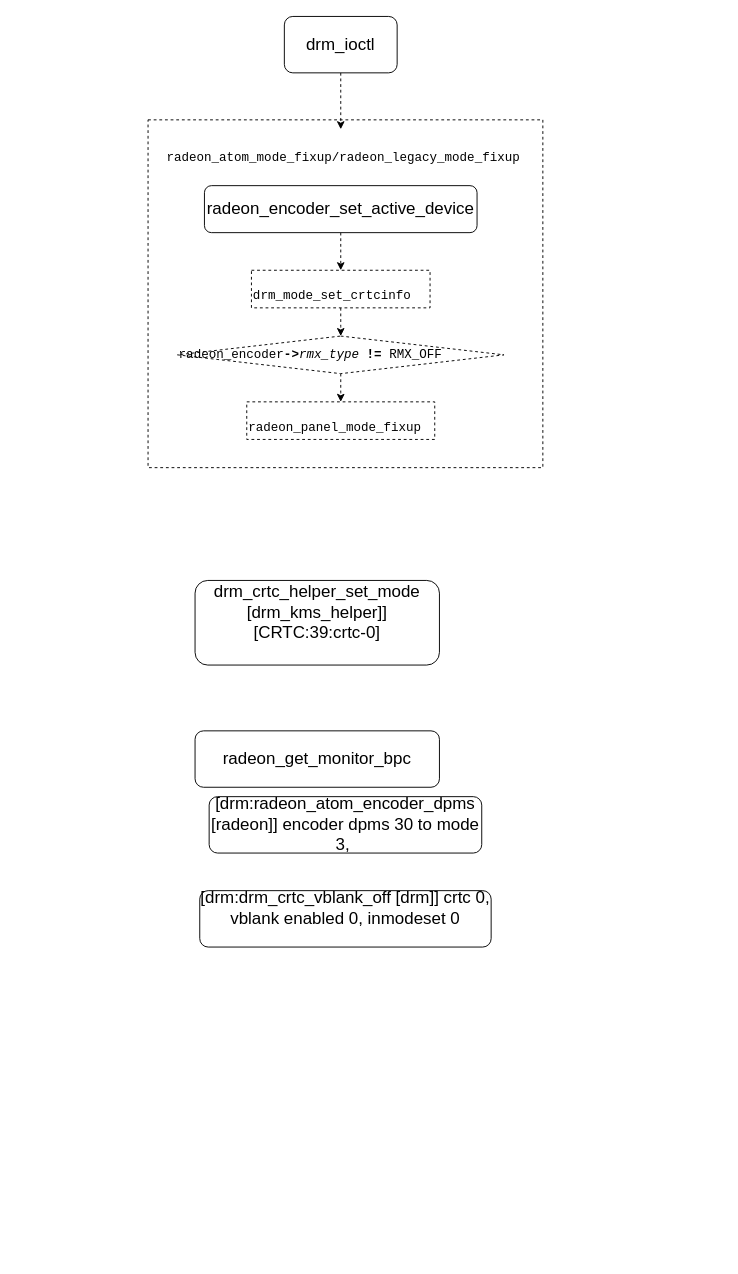
Before: dir/Untitled Diagram.drawio in hongaoo/draw-io-files, a draw.io diagram. Source tidied: cells renumbered, new cells numbered last; positions are measured from the earlier drawing's top-left corner, leaving out a move shared by most shapes. Both pictures are drawn from the tidied source at 94%, with x=0, y=0 at pixel (148, 16).
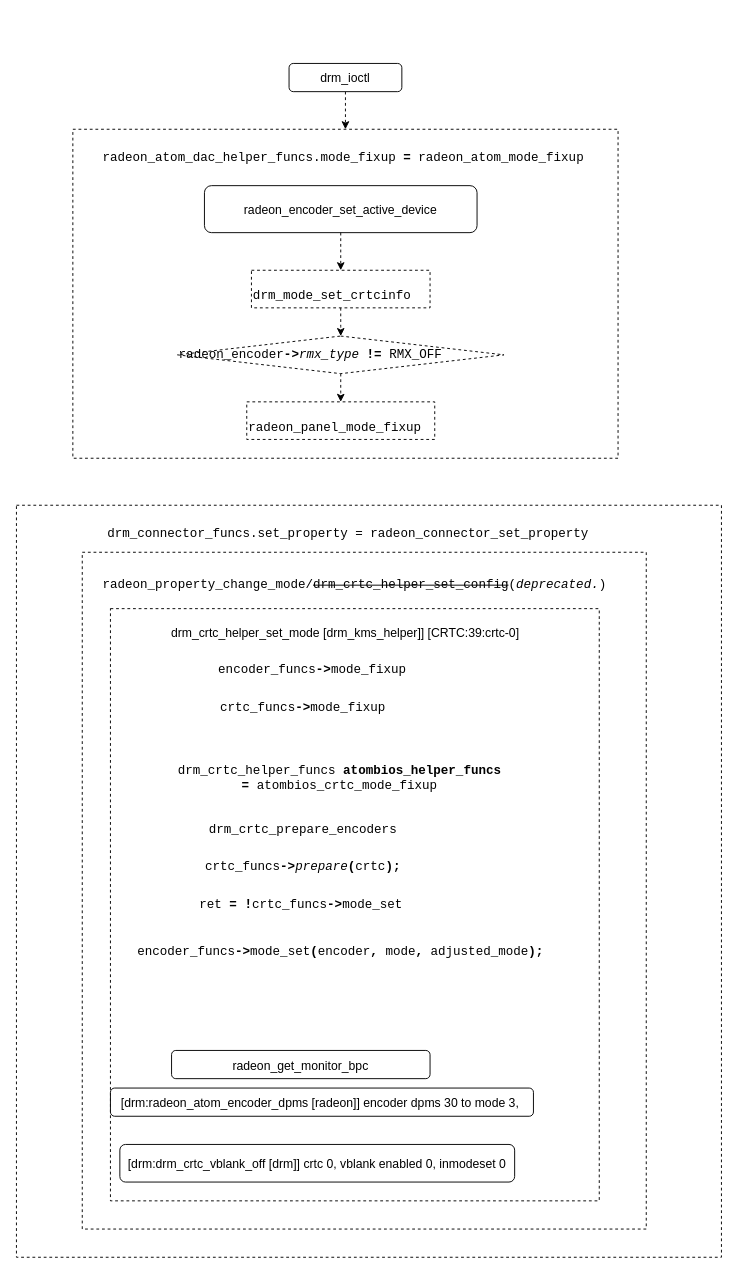
The same diagram, later.

The change refers to these unchanged cells:
```xml
<mxCell id="13" value="&lt;p style=&quot;font-family: monospace, courier; font-size: 10pt;&quot;&gt;&lt;span style=&quot;&quot;&gt;drm_mode_set_crtcinfo&lt;/span&gt;&lt;/p&gt;" style="text;whiteSpace=wrap;html=1;fontSize=18;fontColor=default;fillColor=#FFFFFF;strokeColor=default;dashed=1;" parent="1" vertex="1">
  <mxGeometry x="110" y="270" width="190" height="40" as="geometry" />
</mxCell>
<mxCell id="14" value="&lt;p style=&quot;font-family: monospace, courier; font-size: 10pt;&quot;&gt;&lt;span style=&quot;&quot;&gt;radeon_panel_mode_fixup&lt;/span&gt;&lt;/p&gt;" style="text;whiteSpace=wrap;html=1;fontSize=18;fontColor=default;strokeColor=default;dashed=1;" parent="1" vertex="1">
  <mxGeometry x="105" y="410" width="200" height="40" as="geometry" />
</mxCell>
```

Diff of the diagram source:
```diff
@@
-    <mxCell id="2" style="rounded=0;whiteSpace=wrap;html=1;dashed=1;fontSize=18;fontColor=default;strokeColor=default;fillColor=#FFFFFF;align=left;" parent="1" vertex="1">
-      <mxGeometry y="110" width="420" height="370" as="geometry" />
-    </mxCell>
+    <mxCell id="17" style="rounded=0;whiteSpace=wrap;html=1;dashed=1;fontSize=13;fontColor=default;strokeColor=default;fillColor=none;gradientColor=none;align=left;" parent="1" vertex="1">
+      <mxGeometry x="-140" y="520" width="750" height="800" as="geometry" />
+    </mxCell>
+    <mxCell id="18" style="rounded=0;whiteSpace=wrap;html=1;dashed=1;fontSize=13;fontColor=default;strokeColor=default;fillColor=none;gradientColor=none;align=left;" parent="1" vertex="1">
+      <mxGeometry x="-70" y="570" width="600" height="720" as="geometry" />
+    </mxCell>
+    <mxCell id="19" style="rounded=0;whiteSpace=wrap;html=1;dashed=1;fontSize=13;fontColor=default;strokeColor=default;fillColor=none;gradientColor=none;align=left;" parent="1" vertex="1">
+      <mxGeometry x="-40" y="630" width="520" height="630" as="geometry" />
+    </mxCell>
-    <mxCell id="3" style="edgeStyle=orthogonalEdgeStyle;rounded=0;jettySize=auto;html=1;dashed=1;labelBackgroundColor=default;fontSize=18;fontColor=default;strokeColor=default;" parent="1" edge="1" source="4" target="11">
+    <mxCell id="3" style="edgeStyle=orthogonalEdgeStyle;rounded=0;jettySize=auto;html=1;dashed=1;labelBackgroundColor=default;fontSize=18;fontColor=default;strokeColor=default;entryX=0.5;entryY=0;entryDx=0;entryDy=0;" parent="1" edge="1" source="4" target="22">
       <mxGeometry relative="1" as="geometry" />
     </mxCell>
-    <mxCell id="4" value="&lt;span style=&quot;text-align: left&quot;&gt;&lt;font style=&quot;font-size: 18px&quot;&gt;drm_ioctl&lt;/font&gt;&lt;/span&gt;" style="rounded=1;whiteSpace=wrap;html=1;fontColor=default;fillColor=default;strokeColor=default;" parent="1" vertex="1">
-      <mxGeometry x="145" width="120" height="60" as="geometry" />
+    <mxCell id="4" value="&lt;span style=&quot;text-align: left&quot;&gt;&lt;font style=&quot;font-size: 13px&quot;&gt;drm_ioctl&lt;/font&gt;&lt;/span&gt;" style="rounded=1;whiteSpace=wrap;html=1;fontColor=default;fillColor=default;strokeColor=default;" parent="1" vertex="1">
+      <mxGeometry x="150" y="50" width="120" height="30" as="geometry" />
     </mxCell>
-    <mxCell id="5" value="&lt;div&gt;drm_crtc_helper_set_mode [drm_kms_helper]] [CRTC:39:crtc-0]&lt;/div&gt;&lt;div&gt;&lt;br&gt;&lt;/div&gt;" style="rounded=1;whiteSpace=wrap;html=1;fontSize=18;fontColor=default;strokeColor=default;fillColor=default;" parent="1" vertex="1">
-      <mxGeometry x="50" y="600" width="260" height="90" as="geometry" />
+    <mxCell id="5" value="&lt;div&gt;&lt;font style=&quot;font-size: 13px&quot;&gt;&lt;br&gt;&lt;/font&gt;&lt;/div&gt;&lt;div&gt;&lt;font style=&quot;font-size: 13px&quot;&gt;drm_crtc_helper_set_mode [drm_kms_helper]] [CRTC:39:crtc-0]&lt;/font&gt;&lt;/div&gt;&lt;div&gt;&lt;br&gt;&lt;/div&gt;" style="rounded=1;whiteSpace=wrap;html=1;fontSize=18;fontColor=default;strokeColor=none;fillColor=none;dashed=1;" parent="1" vertex="1">
+      <mxGeometry x="-20" y="640" width="460" height="30" as="geometry" />
     </mxCell>
-    <mxCell id="6" style="edgeStyle=orthogonalEdgeStyle;rounded=0;jettySize=auto;html=1;dashed=1;labelBackgroundColor=default;fontSize=18;fontColor=default;strokeColor=default;" parent="1" edge="1" source="7" target="13">
-      <mxGeometry relative="1" as="geometry" />
-    </mxCell>
-    <mxCell id="7" value="radeon_encoder_set_active_device" style="rounded=1;whiteSpace=wrap;html=1;fontSize=18;fontColor=default;strokeColor=default;fillColor=default;" parent="1" vertex="1">
-      <mxGeometry x="60" y="180" width="290" height="50" as="geometry" />
-    </mxCell>
-    <mxCell id="8" value="radeon_get_monitor_bpc" style="rounded=1;whiteSpace=wrap;html=1;fontSize=18;fontColor=default;strokeColor=default;fillColor=default;" parent="1" vertex="1">
-      <mxGeometry x="50" y="760" width="260" height="60" as="geometry" />
+    <mxCell id="8" value="&lt;font style=&quot;font-size: 13px&quot;&gt;radeon_get_monitor_bpc&lt;/font&gt;" style="rounded=1;whiteSpace=wrap;html=1;fontSize=18;fontColor=default;strokeColor=default;fillColor=default;" parent="1" vertex="1">
+      <mxGeometry x="25" y="1100" width="275" height="30" as="geometry" />
     </mxCell>
-    <mxCell id="9" value="[drm:radeon_atom_encoder_dpms [radeon]] encoder dpms 30 to mode 3,&amp;nbsp;" style="rounded=1;whiteSpace=wrap;html=1;fontSize=18;fontColor=default;strokeColor=default;fillColor=default;" parent="1" vertex="1">
-      <mxGeometry x="65" y="830" width="290" height="60" as="geometry" />
+    <mxCell id="9" value="&lt;font style=&quot;font-size: 13px&quot;&gt;[drm:radeon_atom_encoder_dpms [radeon]] encoder dpms 30 to mode 3,&amp;nbsp;&lt;/font&gt;" style="rounded=1;whiteSpace=wrap;html=1;fontSize=18;fontColor=default;strokeColor=default;fillColor=default;" parent="1" vertex="1">
+      <mxGeometry x="-40" y="1140" width="450" height="30" as="geometry" />
     </mxCell>
-    <mxCell id="10" value="&lt;div&gt;[drm:drm_crtc_vblank_off [drm]] crtc 0, vblank enabled 0, inmodeset 0&lt;/div&gt;&lt;div&gt;&lt;br&gt;&lt;/div&gt;" style="rounded=1;whiteSpace=wrap;html=1;fontSize=18;fontColor=default;strokeColor=default;fillColor=default;" parent="1" vertex="1">
-      <mxGeometry x="55" y="930" width="310" height="60" as="geometry" />
+    <mxCell id="10" value="&lt;div&gt;&lt;font style=&quot;font-size: 13px&quot;&gt;&lt;br&gt;&lt;/font&gt;&lt;/div&gt;&lt;div&gt;&lt;font style=&quot;font-size: 13px&quot;&gt;[drm:drm_crtc_vblank_off [drm]] crtc 0, vblank enabled 0, inmodeset 0&lt;/font&gt;&lt;/div&gt;&lt;div&gt;&lt;br&gt;&lt;/div&gt;" style="rounded=1;whiteSpace=wrap;html=1;fontSize=18;fontColor=default;strokeColor=default;fillColor=default;" parent="1" vertex="1">
+      <mxGeometry x="-30" y="1200" width="420" height="40" as="geometry" />
     </mxCell>
+    <mxCell id="20" value="&lt;p style=&quot;font-family: monospace , &amp;quot;courier&amp;quot; ; font-size: 10pt&quot;&gt;&lt;span style=&quot;font-size: 10pt&quot;&gt;radeon_property_change_mode/&lt;/span&gt;&lt;strike&gt;drm_crtc_helper_set_config&lt;/strike&gt;(&lt;span style=&quot;font-style: italic ; font-size: 10pt&quot;&gt;deprecated.&lt;/span&gt;&lt;span style=&quot;font-size: 10pt&quot;&gt;)&lt;/span&gt;&lt;/p&gt;" style="whiteSpace=wrap;html=1;dashed=1;fontSize=18;fontColor=default;strokeColor=none;fillColor=none;gradientColor=none;align=left;" parent="1" vertex="1">
+      <mxGeometry x="-50" y="580" width="540" height="50" as="geometry" />
+    </mxCell>
+    <mxCell id="21" value="&lt;p style=&quot;font-family: monospace , &amp;quot;courier&amp;quot; ; font-size: 10pt&quot;&gt;&lt;span style=&quot;font-size: 10pt&quot;&gt;drm_connector_funcs.&lt;/span&gt;&lt;span style=&quot;font-size: 10pt&quot;&gt;set_property =&amp;nbsp;&lt;/span&gt;&lt;span style=&quot;font-size: 10pt&quot;&gt;radeon_connector_set_property&lt;/span&gt;&lt;/p&gt;" style="whiteSpace=wrap;html=1;dashed=1;fontSize=18;fontColor=default;strokeColor=none;fillColor=none;gradientColor=none;align=left;" parent="1" vertex="1">
+      <mxGeometry x="-45" y="520" width="550" height="60" as="geometry" />
+    </mxCell>
+    <mxCell id="22" style="rounded=0;whiteSpace=wrap;html=1;dashed=1;fontSize=13;fontColor=default;strokeColor=default;fillColor=none;gradientColor=none;align=left;" parent="1" vertex="1">
+      <mxGeometry x="-80" y="120" width="580" height="350" as="geometry" />
+    </mxCell>
+    <mxCell id="7" value="&lt;font style=&quot;font-size: 13px&quot;&gt;radeon_encoder_set_active_device&lt;/font&gt;" style="rounded=1;whiteSpace=wrap;html=1;fontSize=18;fontColor=default;strokeColor=default;fillColor=default;" parent="1" vertex="1">
+      <mxGeometry x="60" y="180" width="290" height="50" as="geometry" />
+    </mxCell>
-    <mxCell id="11" value="&lt;p style=&quot;font-family: monospace , &amp;quot;courier&amp;quot; ; font-size: 10pt&quot;&gt;radeon_atom_mode_fixup/&lt;span style=&quot;font-size: 10pt ; text-align: center&quot;&gt;radeon_legacy_mode_fixup&lt;/span&gt;&lt;/p&gt;" style="whiteSpace=wrap;html=1;fontSize=18;fontColor=default;strokeColor=default;fillColor=none;gradientColor=none;align=left;opacity=0;" parent="1" vertex="1">
-      <mxGeometry x="17.5" y="120" width="375" height="60" as="geometry" />
+    <mxCell id="11" value="&lt;p style=&quot;font-family: monospace , &amp;#34;courier&amp;#34; ; font-size: 10pt&quot;&gt;&lt;span style=&quot;font-size: 10pt&quot;&gt;radeon_atom_dac_helper_funcs.mode_fixup&amp;nbsp;&lt;/span&gt;&lt;span style=&quot;font-weight: bold ; font-size: 10pt&quot;&gt;=&amp;nbsp;&lt;/span&gt;radeon_atom_mode_fixup&lt;/p&gt;" style="whiteSpace=wrap;html=1;fontSize=18;fontColor=default;strokeColor=default;fillColor=none;gradientColor=none;align=left;opacity=0;" parent="1" vertex="1">
+      <mxGeometry x="-50" y="130" width="532.5" height="40" as="geometry" />
     </mxCell>
-    <mxCell id="12" style="edgeStyle=orthogonalEdgeStyle;rounded=0;jettySize=auto;html=1;labelBackgroundColor=default;fontSize=18;fontColor=default;strokeColor=default;dashed=1;" parent="1" edge="1" source="13" target="16">
-      <mxGeometry relative="1" as="geometry" />
-    </mxCell>
@@
+    <mxCell id="16" value="&lt;p style=&quot;font-family: monospace , &amp;quot;courier&amp;quot; ; font-size: 10pt&quot;&gt;&lt;span style=&quot;&quot;&gt;radeon_encoder&lt;/span&gt;&lt;span style=&quot;font-weight: bold&quot;&gt;-&amp;gt;&lt;/span&gt;&lt;span style=&quot;font-style: italic;&quot;&gt;rmx_type&lt;/span&gt; &lt;span style=&quot;font-weight: bold&quot;&gt;!=&lt;/span&gt; &lt;span style=&quot;&quot;&gt;RMX_OFF&lt;/span&gt;&lt;/p&gt;" style="rhombus;whiteSpace=wrap;html=1;fontSize=18;fontColor=default;strokeColor=default;fillColor=default;gradientColor=none;align=left;dashed=1;" parent="1" vertex="1">
+      <mxGeometry x="31.2" y="340" width="347.5" height="40" as="geometry" />
+    </mxCell>
+    <mxCell id="6" style="edgeStyle=orthogonalEdgeStyle;rounded=0;jettySize=auto;html=1;dashed=1;labelBackgroundColor=default;fontSize=18;fontColor=default;strokeColor=default;" parent="1" edge="1" source="7" target="13">
+      <mxGeometry x="5" y="300" as="geometry" />
+    </mxCell>
+    <mxCell id="12" style="edgeStyle=orthogonalEdgeStyle;rounded=0;jettySize=auto;html=1;labelBackgroundColor=default;fontSize=18;fontColor=default;strokeColor=default;dashed=1;" parent="1" edge="1" source="13" target="16">
+      <mxGeometry x="5" y="300" as="geometry" />
+    </mxCell>
     <mxCell id="15" style="edgeStyle=orthogonalEdgeStyle;rounded=0;jettySize=auto;html=1;dashed=1;labelBackgroundColor=default;fontSize=18;fontColor=default;strokeColor=default;" parent="1" edge="1" source="16" target="14">
-      <mxGeometry relative="1" as="geometry" />
+      <mxGeometry x="5" y="300" as="geometry" />
     </mxCell>
-    <mxCell id="16" value="&lt;p style=&quot;font-family: monospace , &amp;quot;courier&amp;quot; ; font-size: 10pt&quot;&gt;&lt;span style=&quot;&quot;&gt;radeon_encoder&lt;/span&gt;&lt;span style=&quot;font-weight: bold&quot;&gt;-&amp;gt;&lt;/span&gt;&lt;span style=&quot;font-style: italic;&quot;&gt;rmx_type&lt;/span&gt; &lt;span style=&quot;font-weight: bold&quot;&gt;!=&lt;/span&gt; &lt;span style=&quot;&quot;&gt;RMX_OFF&lt;/span&gt;&lt;/p&gt;" style="rhombus;whiteSpace=wrap;html=1;fontSize=18;fontColor=default;strokeColor=default;fillColor=default;gradientColor=none;align=left;dashed=1;" parent="1" vertex="1">
-      <mxGeometry x="31.2" y="340" width="347.5" height="40" as="geometry" />
-    </mxCell>
+    <mxCell id="23" value="&lt;p style=&quot;font-family: monospace , &amp;quot;courier&amp;quot; ; font-size: 10pt&quot;&gt;&lt;span&gt;drm_crtc_helper_funcs&lt;/span&gt; &lt;span style=&quot;font-weight: bold&quot;&gt;atombios_helper_funcs =&amp;nbsp;&lt;/span&gt;&lt;span style=&quot;font-size: 10pt;&quot;&gt;atombios_crtc_mode_fixup&lt;/span&gt;&lt;/p&gt;" style="text;html=1;strokeColor=none;fillColor=none;align=center;verticalAlign=middle;whiteSpace=wrap;rounded=0;dashed=1;fontSize=13;fontColor=default;" parent="1" vertex="1">
+      <mxGeometry x="14" y="790" width="380" height="40" as="geometry" />
+    </mxCell>
+    <mxCell id="24" value="&lt;p style=&quot;font-family: monospace , &amp;#34;courier&amp;#34; ; font-size: 10pt&quot;&gt;&lt;span&gt;encoder_funcs&lt;/span&gt;&lt;span style=&quot;font-weight: bold&quot;&gt;-&amp;gt;&lt;/span&gt;mode_fixup&lt;/p&gt;" style="text;html=1;strokeColor=none;fillColor=none;align=center;verticalAlign=middle;whiteSpace=wrap;rounded=0;dashed=1;fontSize=13;fontColor=default;" parent="1" vertex="1">
+      <mxGeometry x="70" y="680" width="210" height="30" as="geometry" />
+    </mxCell>
+    <mxCell id="25" value="&lt;p style=&quot;font-family: monospace , &amp;quot;courier&amp;quot; ; font-size: 10pt&quot;&gt;&lt;span style=&quot;&quot;&gt;crtc_funcs&lt;/span&gt;&lt;span style=&quot;font-weight: bold&quot;&gt;-&amp;gt;&lt;/span&gt;mode_fixup&lt;/p&gt;" style="text;html=1;strokeColor=none;fillColor=none;align=center;verticalAlign=middle;whiteSpace=wrap;rounded=0;dashed=1;fontSize=13;fontColor=default;" parent="1" vertex="1">
+      <mxGeometry x="50" y="720" width="230" height="30" as="geometry" />
+    </mxCell>
+    <mxCell id="26" value="&lt;p style=&quot;font-family: monospace , &amp;quot;courier&amp;quot; ; font-size: 10pt&quot;&gt;&lt;span style=&quot;&quot;&gt;drm_crtc_prepare_encoders&lt;/span&gt;&lt;/p&gt;" style="text;html=1;strokeColor=none;fillColor=none;align=center;verticalAlign=middle;whiteSpace=wrap;rounded=0;dashed=1;fontSize=13;fontColor=default;" parent="1" vertex="1">
+      <mxGeometry x="50" y="850" width="230" height="30" as="geometry" />
+    </mxCell>
+    <mxCell id="27" value="&lt;p style=&quot;font-family: monospace , &amp;quot;courier&amp;quot; ; font-size: 10pt&quot;&gt;&lt;span style=&quot;&quot;&gt;crtc_funcs&lt;/span&gt;&lt;span style=&quot;font-weight: bold&quot;&gt;-&amp;gt;&lt;/span&gt;&lt;span style=&quot;font-style: italic;&quot;&gt;prepare&lt;/span&gt;&lt;span style=&quot;font-weight: bold&quot;&gt;(&lt;/span&gt;&lt;span style=&quot;&quot;&gt;crtc&lt;/span&gt;&lt;span style=&quot;font-weight: bold&quot;&gt;);&lt;/span&gt;&lt;/p&gt;" style="text;html=1;strokeColor=none;fillColor=none;align=center;verticalAlign=middle;whiteSpace=wrap;rounded=0;dashed=1;fontSize=13;fontColor=default;" parent="1" vertex="1">
+      <mxGeometry x="35" y="890" width="260" height="30" as="geometry" />
+    </mxCell>
+    <mxCell id="28" value="&lt;p style=&quot;font-family: monospace , &amp;quot;courier&amp;quot; ; font-size: 10pt&quot;&gt;&lt;span style=&quot;&quot;&gt;ret&lt;/span&gt; &lt;span style=&quot;font-weight: bold&quot;&gt;=&lt;/span&gt; &lt;span style=&quot;font-weight: bold&quot;&gt;!&lt;/span&gt;&lt;span style=&quot;&quot;&gt;crtc_funcs&lt;/span&gt;&lt;span style=&quot;font-weight: bold&quot;&gt;-&amp;gt;&lt;/span&gt;mode_set&lt;/p&gt;" style="text;html=1;strokeColor=none;fillColor=none;align=center;verticalAlign=middle;whiteSpace=wrap;rounded=0;dashed=1;fontSize=13;fontColor=default;" parent="1" vertex="1">
+      <mxGeometry x="37.5" y="930" width="250" height="30" as="geometry" />
+    </mxCell>
+    <mxCell id="29" value="&lt;p style=&quot;font-family: monospace , &amp;quot;courier&amp;quot; ; font-size: 10pt&quot;&gt;&lt;span style=&quot;&quot;&gt;encoder_funcs&lt;/span&gt;&lt;span style=&quot;font-weight: bold&quot;&gt;-&amp;gt;&lt;/span&gt;mode_set&lt;span style=&quot;font-weight: bold&quot;&gt;(&lt;/span&gt;&lt;span style=&quot;&quot;&gt;encoder&lt;/span&gt;&lt;span style=&quot;font-weight: bold&quot;&gt;,&lt;/span&gt; &lt;span style=&quot;&quot;&gt;mode&lt;/span&gt;&lt;span style=&quot;font-weight: bold&quot;&gt;,&lt;/span&gt; &lt;span style=&quot;&quot;&gt;adjusted_mode&lt;/span&gt;&lt;span style=&quot;font-weight: bold&quot;&gt;);&lt;/span&gt;&lt;/p&gt;" style="text;html=1;strokeColor=none;fillColor=none;align=center;verticalAlign=middle;whiteSpace=wrap;rounded=0;dashed=1;fontSize=13;fontColor=default;" parent="1" vertex="1">
+      <mxGeometry x="-30" y="980" width="470" height="30" as="geometry" />
+    </mxCell>
```
